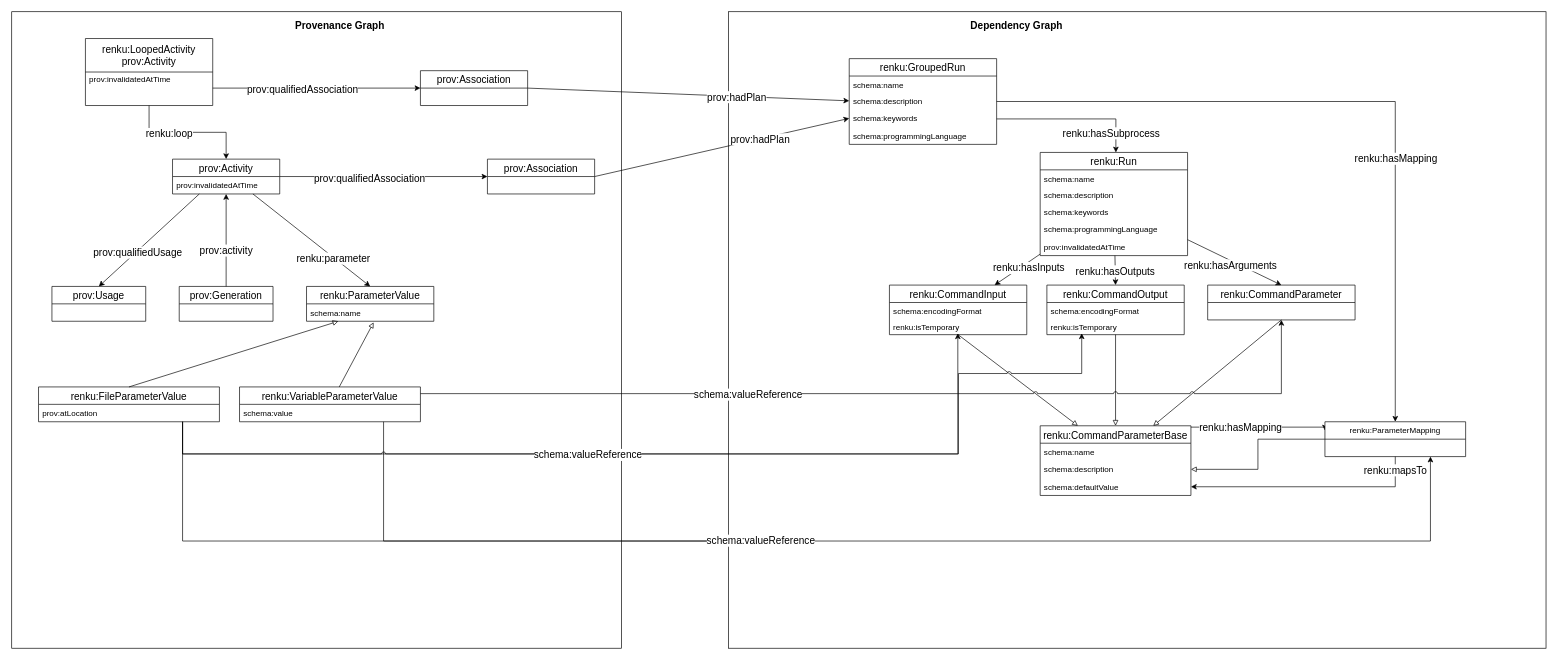
Above: design/001-new-workflow-commands/looped-run-metadata.drawio in SwissDataScienceCenter/renku-python (draw.io), before the change. Source tidied: cells renumbered, new cells numbered last; positions are measured from the earlier drawing's top-left corner, leaving out a move shared by most shapes. Both pictures are drawn from the tidied source at 67%, with x=0, y=0 at pixel (11, 11).
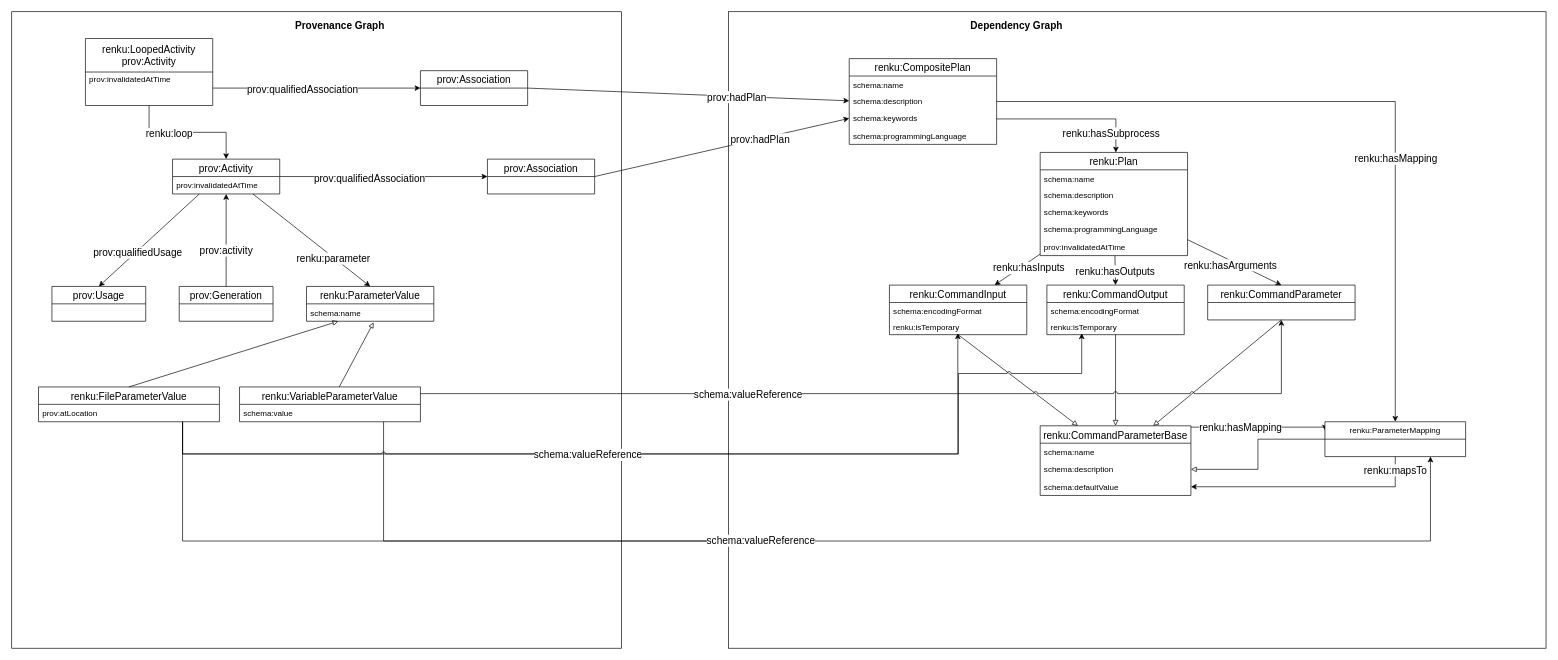
The same page after the edit.

The edit, as a diff of the source:
```diff
@@
-    <mxCell id="28" value="renku:Run" style="swimlane;fontStyle=0;horizontal=1;startSize=26;fillColor=none;fontSize=15;" parent="1" vertex="1">
+    <mxCell id="28" value="renku:Plan" style="swimlane;fontStyle=0;horizontal=1;startSize=26;fillColor=none;fontSize=15;" parent="1" vertex="1">
       <mxGeometry x="1535" y="210" width="220" height="154" as="geometry" />
     </mxCell>
@@
-    <mxCell id="66" value="renku:GroupedRun" style="swimlane;fontStyle=0;horizontal=1;startSize=26;fontSize=15;" parent="1" vertex="1">
+    <mxCell id="66" value="renku:CompositePlan" style="swimlane;fontStyle=0;horizontal=1;startSize=26;fontSize=15;" parent="1" vertex="1">
       <mxGeometry x="1250" y="70" width="220" height="128" as="geometry" />
     </mxCell>
```
